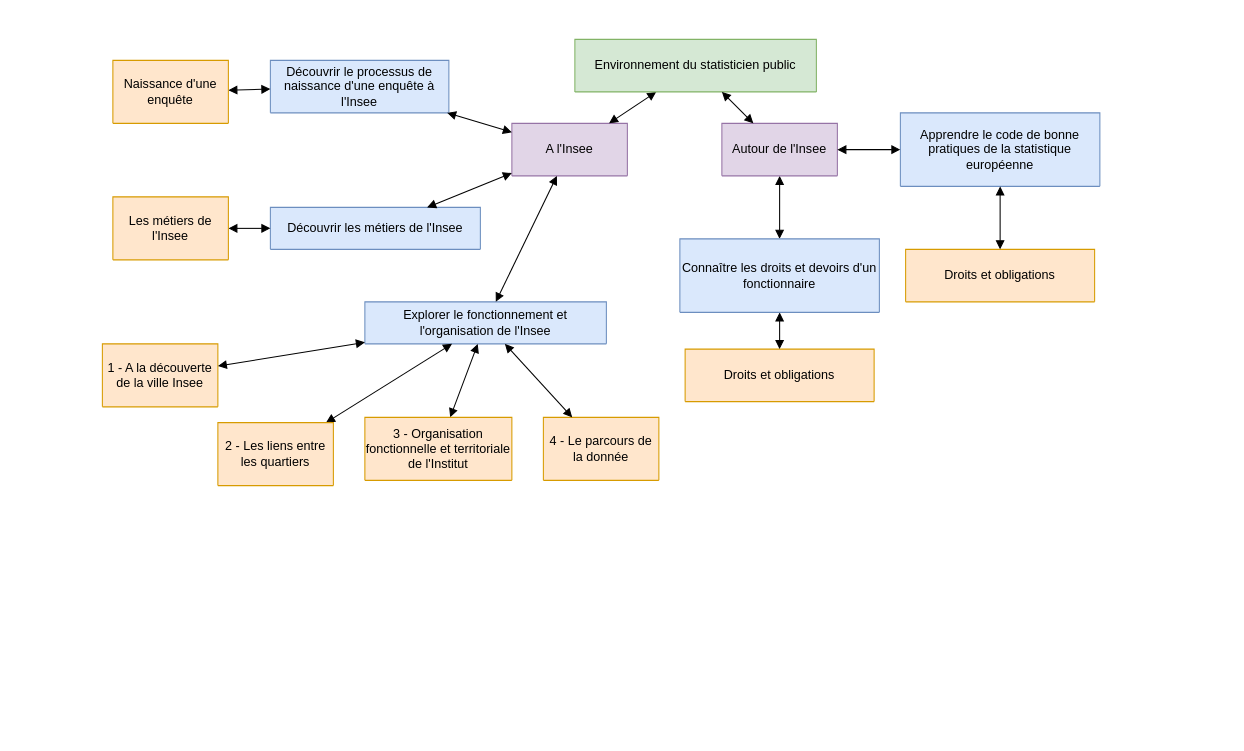
Earlier version of the draw.io diagram Environnement stat publique.drawio (jean-seb-2106/pythontest). Source tidied: cells renumbered, new cells numbered last; positions are measured from the earlier drawing's top-left corner, leaving out a move shared by most shapes. Both pictures are drawn from the tidied source at 105%, with x=0, y=0 at pixel (102, 39).
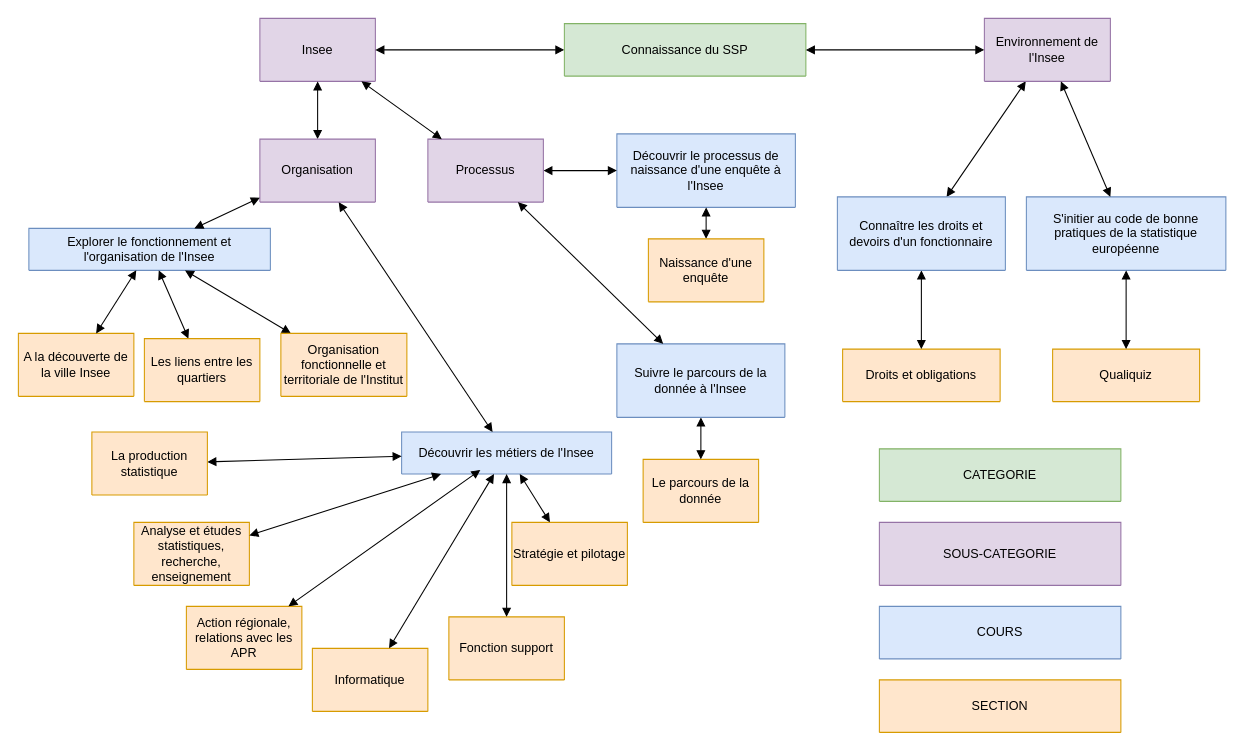
The same page after the edit.

Commit message:
Mettre à jour Environnement stat publique.drawio

What changed in the source:
```diff
@@
-    <mxCell id="2" value="A l'Insee" style="swimlane;fontStyle=0;horizontal=1;startSize=50;fillColor=#e1d5e7;whiteSpace=wrap;html=1;strokeColor=#9673a6;" parent="1" vertex="1" collapsed="1">
-      <mxGeometry x="390" y="80" width="110" height="50" as="geometry" />
+    <mxCell id="2" value="Insee" style="swimlane;fontStyle=0;horizontal=1;startSize=60;fillColor=#e1d5e7;whiteSpace=wrap;html=1;strokeColor=#9673a6;" parent="1" vertex="1" collapsed="1">
+      <mxGeometry x="150" y="-20" width="110" height="60" as="geometry" />
     </mxCell>
@@
-    <mxCell id="4" value="Environnement du statisticien public" style="swimlane;fontStyle=0;horizontal=1;startSize=50;fillColor=#d5e8d4;whiteSpace=wrap;html=1;strokeColor=#82b366;" parent="1" vertex="1" collapsed="1">
-      <mxGeometry x="450" width="230" height="50" as="geometry" />
+    <mxCell id="4" value="Connaissance du SSP" style="swimlane;fontStyle=0;horizontal=1;startSize=50;fillColor=#d5e8d4;whiteSpace=wrap;html=1;strokeColor=#82b366;" parent="1" vertex="1" collapsed="1">
+      <mxGeometry x="440" y="-15" width="230" height="50" as="geometry" />
     </mxCell>
-    <mxCell id="5" value="Découvrir le processus de naissance d'une enquête à l'Insee" style="swimlane;fontStyle=0;horizontal=1;startSize=50;fillColor=#dae8fc;whiteSpace=wrap;html=1;strokeColor=#6c8ebf;" parent="1" vertex="1" collapsed="1">
-      <mxGeometry x="160" y="20" width="170" height="50" as="geometry" />
+    <mxCell id="5" value="Découvrir le processus de naissance d'une enquête à l'Insee" style="swimlane;fontStyle=0;horizontal=1;startSize=70;fillColor=#dae8fc;whiteSpace=wrap;html=1;strokeColor=#6c8ebf;" parent="1" vertex="1" collapsed="1">
+      <mxGeometry x="490" y="90" width="170" height="70" as="geometry" />
     </mxCell>
-    <mxCell id="6" style="endArrow=block;startArrow=block;endFill=1;startFill=1;html=1;rounded=0;" parent="1" edge="1" source="2" target="5">
+    <mxCell id="6" style="endArrow=block;startArrow=block;endFill=1;startFill=1;html=1;rounded=0;" parent="1" edge="1" source="33" target="5">
       <mxGeometry relative="1" as="geometry" />
     </mxCell>
@@
     <mxCell id="9" value="Naissance d'une enquête" style="swimlane;fontStyle=0;horizontal=1;startSize=60;fillColor=#ffe6cc;whiteSpace=wrap;html=1;strokeColor=#d79b00;" parent="1" vertex="1" collapsed="1">
-      <mxGeometry x="10" y="20" width="110" height="60" as="geometry" />
+      <mxGeometry x="520" y="190" width="110" height="60" as="geometry" />
     </mxCell>
     <mxCell id="10" value="Droits et obligations" style="swimlane;fontStyle=0;horizontal=1;startSize=50;fillColor=#ffe6cc;whiteSpace=wrap;html=1;strokeColor=#d79b00;" parent="1" vertex="1" collapsed="1">
-      <mxGeometry x="555" y="295" width="180" height="50" as="geometry" />
+      <mxGeometry x="705" y="295" width="150" height="50" as="geometry" />
     </mxCell>
@@
     <mxCell id="12" value="Explorer le fonctionnement et l'organisation de l'Insee" style="swimlane;fontStyle=0;horizontal=1;startSize=40;fillColor=#dae8fc;whiteSpace=wrap;html=1;strokeColor=#6c8ebf;" parent="1" vertex="1" collapsed="1">
-      <mxGeometry x="250" y="250" width="230" height="40" as="geometry" />
+      <mxGeometry x="-70" y="180" width="230" height="40" as="geometry" />
     </mxCell>
-    <mxCell id="13" value="1 - A la découverte de la ville Insee" style="swimlane;fontStyle=0;horizontal=1;startSize=60;fillColor=#ffe6cc;whiteSpace=wrap;html=1;strokeColor=#d79b00;" parent="1" vertex="1" collapsed="1">
-      <mxGeometry y="290" width="110" height="60" as="geometry" />
+    <mxCell id="13" value="A la découverte de la ville Insee" style="swimlane;fontStyle=0;horizontal=1;startSize=60;fillColor=#ffe6cc;whiteSpace=wrap;html=1;strokeColor=#d79b00;" parent="1" vertex="1" collapsed="1">
+      <mxGeometry x="-80" y="280" width="110" height="60" as="geometry" />
     </mxCell>
@@
-    <mxCell id="17" style="endArrow=block;startArrow=block;endFill=1;startFill=1;html=1;rounded=0;" parent="1" edge="1" source="2" target="12">
-      <mxGeometry relative="1" as="geometry" />
-    </mxCell>
-    <mxCell id="18" value="2 - Les liens entre les quartiers" style="swimlane;fontStyle=0;horizontal=1;startSize=60;fillColor=#ffe6cc;whiteSpace=wrap;html=1;strokeColor=#d79b00;" parent="1" vertex="1" collapsed="1">
-      <mxGeometry x="110" y="365" width="110" height="60" as="geometry" />
+    <mxCell id="18" value="Les liens entre les quartiers" style="swimlane;fontStyle=0;horizontal=1;startSize=60;fillColor=#ffe6cc;whiteSpace=wrap;html=1;strokeColor=#d79b00;" parent="1" vertex="1" collapsed="1">
+      <mxGeometry x="40" y="285" width="110" height="60" as="geometry" />
     </mxCell>
-    <mxCell id="19" value="3 - Organisation fonctionnelle et territoriale de l'Institut" style="swimlane;fontStyle=0;horizontal=1;startSize=60;fillColor=#ffe6cc;whiteSpace=wrap;html=1;strokeColor=#d79b00;" parent="1" vertex="1" collapsed="1">
-      <mxGeometry x="250" y="360" width="140" height="60" as="geometry" />
+    <mxCell id="19" value="Organisation fonctionnelle et territoriale de l'Institut" style="swimlane;fontStyle=0;horizontal=1;startSize=60;fillColor=#ffe6cc;whiteSpace=wrap;html=1;strokeColor=#d79b00;" parent="1" vertex="1" collapsed="1">
+      <mxGeometry x="170" y="280" width="120" height="60" as="geometry" />
     </mxCell>
-    <mxCell id="20" value="4 - Le parcours de la donnée" style="swimlane;fontStyle=0;horizontal=1;startSize=60;fillColor=#ffe6cc;whiteSpace=wrap;html=1;strokeColor=#d79b00;" parent="1" vertex="1" collapsed="1">
-      <mxGeometry x="420" y="360" width="110" height="60" as="geometry" />
+    <mxCell id="20" value="Le parcours de la donnée" style="swimlane;fontStyle=0;horizontal=1;startSize=60;fillColor=#ffe6cc;whiteSpace=wrap;html=1;strokeColor=#d79b00;" parent="1" vertex="1" collapsed="1">
+      <mxGeometry x="515" y="400" width="110" height="60" as="geometry" />
     </mxCell>
-    <mxCell id="21" style="endArrow=block;startArrow=block;endFill=1;startFill=1;html=1;rounded=0;" parent="1" edge="1" source="12" target="20">
+    <mxCell id="21" style="endArrow=block;startArrow=block;endFill=1;startFill=1;html=1;rounded=0;" parent="1" edge="1" source="36" target="20">
       <mxGeometry relative="1" as="geometry" />
     </mxCell>
     <mxCell id="22" value="Découvrir les métiers de l'Insee" style="swimlane;fontStyle=0;horizontal=1;startSize=40;fillColor=#dae8fc;whiteSpace=wrap;html=1;strokeColor=#6c8ebf;" parent="1" vertex="1" collapsed="1">
-      <mxGeometry x="160" y="160" width="200" height="40" as="geometry" />
+      <mxGeometry x="285" y="374" width="200" height="40" as="geometry" />
     </mxCell>
@@
-    <mxCell id="24" value="Les métiers de l'Insee" style="swimlane;fontStyle=0;horizontal=1;startSize=60;fillColor=#ffe6cc;whiteSpace=wrap;html=1;strokeColor=#d79b00;" parent="1" vertex="1" collapsed="1">
-      <mxGeometry x="10" y="150" width="110" height="60" as="geometry" />
+    <mxCell id="24" value="La production statistique" style="swimlane;fontStyle=0;horizontal=1;startSize=60;fillColor=#ffe6cc;whiteSpace=wrap;html=1;strokeColor=#d79b00;" parent="1" vertex="1" collapsed="1">
+      <mxGeometry x="-10" y="374" width="110" height="60" as="geometry" />
     </mxCell>
-    <mxCell id="25" style="endArrow=block;startArrow=block;endFill=1;startFill=1;html=1;rounded=0;" parent="1" edge="1" source="2" target="22">
+    <mxCell id="25" style="endArrow=block;startArrow=block;endFill=1;startFill=1;html=1;rounded=0;" parent="1" edge="1" source="2" target="35">
       <mxGeometry relative="1" as="geometry" />
     </mxCell>
-    <mxCell id="26" value="Autour de l'Insee" style="swimlane;fontStyle=0;horizontal=1;startSize=50;fillColor=#e1d5e7;whiteSpace=wrap;html=1;strokeColor=#9673a6;" parent="1" vertex="1" collapsed="1">
-      <mxGeometry x="590" y="80" width="110" height="50" as="geometry" />
+    <mxCell id="26" value="Environnement de l'Insee" style="swimlane;fontStyle=0;horizontal=1;startSize=60;fillColor=#e1d5e7;whiteSpace=wrap;html=1;strokeColor=#9673a6;" parent="1" vertex="1" collapsed="1">
+      <mxGeometry x="840" y="-20" width="120" height="60" as="geometry" />
     </mxCell>
@@
     <mxCell id="28" value="Connaître les droits et devoirs d'un fonctionnaire" style="swimlane;fontStyle=0;horizontal=1;startSize=70;fillColor=#dae8fc;whiteSpace=wrap;html=1;strokeColor=#6c8ebf;" parent="1" vertex="1" collapsed="1">
-      <mxGeometry x="550" y="190" width="190" height="70" as="geometry" />
+      <mxGeometry x="700" y="150" width="160" height="70" as="geometry" />
     </mxCell>
-    <mxCell id="29" value="Apprendre le code de bonne pratiques de la statistique européenne" style="swimlane;fontStyle=0;horizontal=1;startSize=70;fillColor=#dae8fc;whiteSpace=wrap;html=1;strokeColor=#6c8ebf;" parent="1" vertex="1" collapsed="1">
-      <mxGeometry x="760" y="70" width="190" height="70" as="geometry" />
+    <mxCell id="29" value="S'initier au code de bonne pratiques de la statistique européenne" style="swimlane;fontStyle=0;horizontal=1;startSize=70;fillColor=#dae8fc;whiteSpace=wrap;html=1;strokeColor=#6c8ebf;" parent="1" vertex="1" collapsed="1">
+      <mxGeometry x="880" y="150" width="190" height="70" as="geometry" />
     </mxCell>
@@
-    <mxCell id="31" value="Droits et obligations" style="swimlane;fontStyle=0;horizontal=1;startSize=50;fillColor=#ffe6cc;whiteSpace=wrap;html=1;strokeColor=#d79b00;" parent="1" vertex="1" collapsed="1">
-      <mxGeometry x="765" y="200" width="180" height="50" as="geometry" />
+    <mxCell id="31" value="Qualiquiz" style="swimlane;fontStyle=0;horizontal=1;startSize=50;fillColor=#ffe6cc;whiteSpace=wrap;html=1;strokeColor=#d79b00;" parent="1" vertex="1" collapsed="1">
+      <mxGeometry x="905" y="295" width="140" height="50" as="geometry" />
     </mxCell>
@@
+    <mxCell id="33" value="Processus" style="swimlane;fontStyle=0;horizontal=1;startSize=60;fillColor=#e1d5e7;whiteSpace=wrap;html=1;strokeColor=#9673a6;" parent="1" vertex="1" collapsed="1">
+      <mxGeometry x="310" y="95" width="110" height="60" as="geometry" />
+    </mxCell>
+    <mxCell id="34" style="endArrow=block;startArrow=block;endFill=1;startFill=1;html=1;rounded=0;" parent="1" edge="1" source="2" target="33">
+      <mxGeometry relative="1" as="geometry" />
+    </mxCell>
+    <mxCell id="35" value="Organisation" style="swimlane;fontStyle=0;horizontal=1;startSize=60;fillColor=#e1d5e7;whiteSpace=wrap;html=1;strokeColor=#9673a6;" parent="1" vertex="1" collapsed="1">
+      <mxGeometry x="150" y="95" width="110" height="60" as="geometry" />
+    </mxCell>
+    <mxCell id="36" value="Suivre le parcours de la donnée à l'Insee" style="swimlane;fontStyle=0;horizontal=1;startSize=70;fillColor=#dae8fc;whiteSpace=wrap;html=1;strokeColor=#6c8ebf;" parent="1" vertex="1" collapsed="1">
+      <mxGeometry x="490" y="290" width="160" height="70" as="geometry" />
+    </mxCell>
+    <mxCell id="37" style="endArrow=block;startArrow=block;endFill=1;startFill=1;html=1;rounded=0;" parent="1" edge="1" source="33" target="36">
+      <mxGeometry relative="1" as="geometry" />
+    </mxCell>
+    <mxCell id="38" style="endArrow=block;startArrow=block;endFill=1;startFill=1;html=1;rounded=0;" parent="1" edge="1" source="35" target="12">
+      <mxGeometry relative="1" as="geometry" />
+    </mxCell>
+    <mxCell id="39" value="CATEGORIE" style="swimlane;fontStyle=0;horizontal=1;startSize=50;fillColor=#d5e8d4;whiteSpace=wrap;html=1;strokeColor=#82b366;" parent="1" vertex="1" collapsed="1">
+      <mxGeometry x="740" y="390" width="230" height="50" as="geometry" />
+    </mxCell>
+    <mxCell id="40" value="SOUS-CATEGORIE" style="swimlane;fontStyle=0;horizontal=1;startSize=60;fillColor=#e1d5e7;whiteSpace=wrap;html=1;strokeColor=#9673a6;" parent="1" vertex="1" collapsed="1">
+      <mxGeometry x="740" y="460" width="230" height="60" as="geometry" />
+    </mxCell>
+    <mxCell id="41" value="COURS" style="swimlane;fontStyle=0;horizontal=1;startSize=50;fillColor=#dae8fc;whiteSpace=wrap;html=1;strokeColor=#6c8ebf;" parent="1" vertex="1" collapsed="1">
+      <mxGeometry x="740" y="540" width="230" height="50" as="geometry" />
+    </mxCell>
+    <mxCell id="42" value="SECTION" style="swimlane;fontStyle=0;horizontal=1;startSize=50;fillColor=#ffe6cc;whiteSpace=wrap;html=1;strokeColor=#d79b00;" parent="1" vertex="1" collapsed="1">
+      <mxGeometry x="740" y="610" width="230" height="50" as="geometry" />
+    </mxCell>
+    <mxCell id="43" value="Analyse et études statistiques, recherche, enseignement" style="swimlane;fontStyle=0;horizontal=1;startSize=60;fillColor=#ffe6cc;whiteSpace=wrap;html=1;strokeColor=#d79b00;" parent="1" vertex="1" collapsed="1">
+      <mxGeometry x="30" y="460" width="110" height="60" as="geometry" />
+    </mxCell>
+    <mxCell id="44" value="Action régionale, relations avec les APR" style="swimlane;fontStyle=0;horizontal=1;startSize=60;fillColor=#ffe6cc;whiteSpace=wrap;html=1;strokeColor=#d79b00;" parent="1" vertex="1" collapsed="1">
+      <mxGeometry x="80" y="540" width="110" height="60" as="geometry" />
+    </mxCell>
+    <mxCell id="45" value="Informatique" style="swimlane;fontStyle=0;horizontal=1;startSize=60;fillColor=#ffe6cc;whiteSpace=wrap;html=1;strokeColor=#d79b00;" parent="1" vertex="1" collapsed="1">
+      <mxGeometry x="200" y="580" width="110" height="60" as="geometry" />
+    </mxCell>
+    <mxCell id="46" value="Fonction support" style="swimlane;fontStyle=0;horizontal=1;startSize=60;fillColor=#ffe6cc;whiteSpace=wrap;html=1;strokeColor=#d79b00;" parent="1" vertex="1" collapsed="1">
+      <mxGeometry x="330" y="550" width="110" height="60" as="geometry" />
+    </mxCell>
+    <mxCell id="47" value="Stratégie et pilotage" style="swimlane;fontStyle=0;horizontal=1;startSize=60;fillColor=#ffe6cc;whiteSpace=wrap;html=1;strokeColor=#d79b00;" parent="1" vertex="1" collapsed="1">
+      <mxGeometry x="390" y="460" width="110" height="60" as="geometry" />
+    </mxCell>
+    <mxCell id="48" style="endArrow=block;startArrow=block;endFill=1;startFill=1;html=1;rounded=0;" parent="1" edge="1" source="22" target="43">
+      <mxGeometry relative="1" as="geometry" />
+    </mxCell>
+    <mxCell id="49" style="endArrow=block;startArrow=block;endFill=1;startFill=1;html=1;rounded=0;exitX=0.375;exitY=0.9;exitDx=0;exitDy=0;exitPerimeter=0;" parent="1" edge="1" source="22" target="44">
+      <mxGeometry relative="1" as="geometry" />
+    </mxCell>
+    <mxCell id="50" style="endArrow=block;startArrow=block;endFill=1;startFill=1;html=1;rounded=0;" parent="1" edge="1" source="22" target="45">
+      <mxGeometry relative="1" as="geometry" />
+    </mxCell>
+    <mxCell id="51" style="endArrow=block;startArrow=block;endFill=1;startFill=1;html=1;rounded=0;" parent="1" edge="1" source="22" target="46">
+      <mxGeometry relative="1" as="geometry" />
+    </mxCell>
+    <mxCell id="52" style="endArrow=block;startArrow=block;endFill=1;startFill=1;html=1;rounded=0;" parent="1" edge="1" source="22" target="47">
+      <mxGeometry relative="1" as="geometry" />
+    </mxCell>
+    <mxCell id="53" style="endArrow=block;startArrow=block;endFill=1;startFill=1;html=1;rounded=0;" parent="1" edge="1" source="35" target="22">
+      <mxGeometry relative="1" as="geometry" />
+    </mxCell>
```
